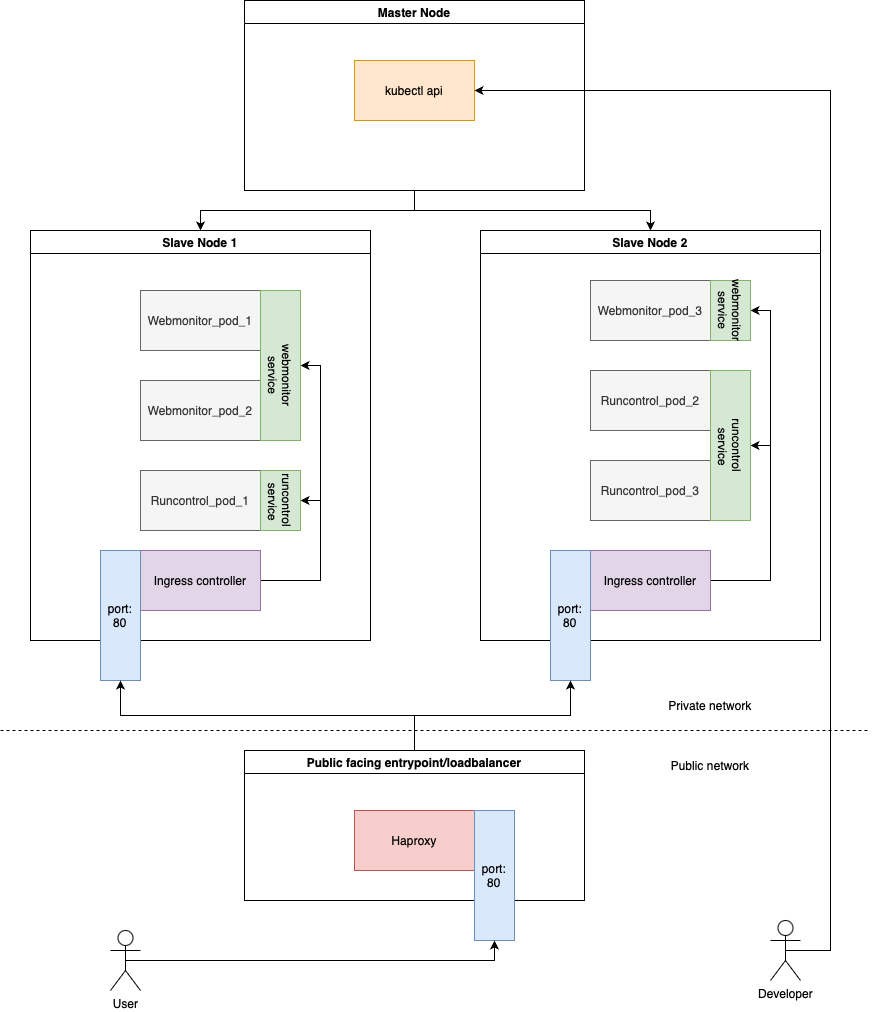
Earlier version of the draw.io export OpenStack/assets/cluster_diagram.png (danyk20/BRIL-K8-cluster). Source tidied: cells renumbered, new cells last; positions are measured from the earlier drawing's top-left corner, leaving out a move shared by most shapes.
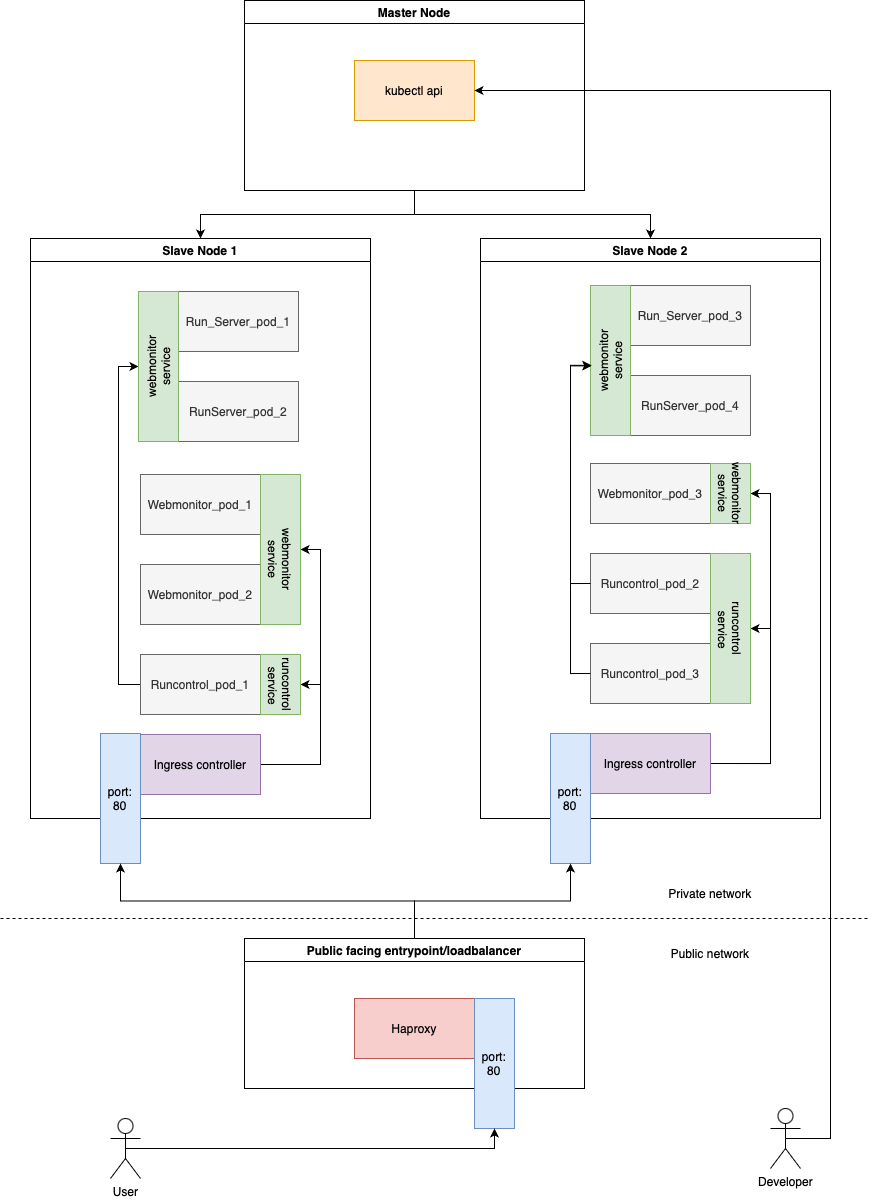
Later version of the same file.

Commit message:
Feature: Adding runcontrol-server to deployment, service and diagram

Change to the diagram source:
```diff
@@ -3,16 +3,19 @@
     <mxCell id="0" />
     <mxCell id="1" parent="0" />
     <mxCell id="2" value="Slave Node 1" style="swimlane;whiteSpace=wrap;html=1;" parent="1" vertex="1">
-      <mxGeometry x="30" y="230" width="340" height="410" as="geometry" />
+      <mxGeometry x="30" y="50" width="340" height="580" as="geometry" />
     </mxCell>
     <mxCell id="3" value="Webmonitor_pod_1" style="rounded=0;whiteSpace=wrap;html=1;fillColor=#f5f5f5;fontColor=#333333;strokeColor=#666666;" parent="2" vertex="1">
-      <mxGeometry x="110" y="60" width="120" height="60" as="geometry" />
+      <mxGeometry x="110" y="236" width="120" height="60" as="geometry" />
     </mxCell>
     <mxCell id="4" value="Webmonitor_pod_2" style="rounded=0;whiteSpace=wrap;html=1;fillColor=#f5f5f5;fontColor=#333333;strokeColor=#666666;" parent="2" vertex="1">
-      <mxGeometry x="110" y="150" width="120" height="60" as="geometry" />
+      <mxGeometry x="110" y="326" width="120" height="60" as="geometry" />
     </mxCell>
+    <mxCell id="43" style="edgeStyle=orthogonalEdgeStyle;rounded=0;jettySize=auto;html=1;exitX=0;exitY=0.5;exitDx=0;exitDy=0;entryX=0;entryY=0.5;entryDx=0;entryDy=0;" parent="2" edge="1" source="5" target="46">
+      <mxGeometry relative="1" as="geometry" />
+    </mxCell>
     <mxCell id="5" value="Runcontrol_pod_1" style="rounded=0;whiteSpace=wrap;html=1;fillColor=#f5f5f5;fontColor=#333333;strokeColor=#666666;" parent="2" vertex="1">
-      <mxGeometry x="110" y="240" width="120" height="60" as="geometry" />
+      <mxGeometry x="110" y="416" width="120" height="60" as="geometry" />
     </mxCell>
     <mxCell id="6" style="edgeStyle=orthogonalEdgeStyle;rounded=0;jettySize=auto;html=1;exitX=1;exitY=0.5;exitDx=0;exitDy=0;entryX=1;entryY=0.5;entryDx=0;entryDy=0;" parent="2" edge="1" source="8" target="12">
       <mxGeometry relative="1" as="geometry" />
@@ -21,49 +24,61 @@
       <mxGeometry relative="1" as="geometry" />
     </mxCell>
     <mxCell id="8" value="Ingress controller" style="rounded=0;whiteSpace=wrap;html=1;fillColor=#e1d5e7;strokeColor=#9673a6;" parent="2" vertex="1">
-      <mxGeometry x="110" y="320" width="120" height="60" as="geometry" />
+      <mxGeometry x="110" y="496" width="120" height="60" as="geometry" />
     </mxCell>
     <mxCell id="9" style="rounded=0;whiteSpace=wrap;html=1;fillColor=#d5e8d4;strokeColor=#82b366;" parent="2" vertex="1">
-      <mxGeometry x="230" y="60" width="40" height="150" as="geometry" />
+      <mxGeometry x="230" y="236" width="40" height="150" as="geometry" />
     </mxCell>
     <mxCell id="10" value="webmonitor service" style="text;html=1;align=center;verticalAlign=middle;whiteSpace=wrap;rounded=0;direction=east;rotation=90;" parent="2" vertex="1">
-      <mxGeometry x="220" y="130" width="60" height="30" as="geometry" />
+      <mxGeometry x="220" y="306" width="60" height="30" as="geometry" />
     </mxCell>
     <mxCell id="11" value="runcontrol &amp;nbsp;service" style="text;html=1;align=center;verticalAlign=middle;whiteSpace=wrap;rounded=0;direction=east;rotation=90;" parent="2" vertex="1">
-      <mxGeometry x="220" y="255" width="60" height="30" as="geometry" />
+      <mxGeometry x="220" y="431" width="60" height="30" as="geometry" />
     </mxCell>
     <mxCell id="12" style="rounded=0;whiteSpace=wrap;html=1;fillColor=#d5e8d4;strokeColor=#82b366;" parent="2" vertex="1">
-      <mxGeometry x="230" y="240" width="40" height="60" as="geometry" />
+      <mxGeometry x="230" y="416" width="40" height="60" as="geometry" />
     </mxCell>
     <mxCell id="13" value="runcontrol &amp;nbsp;service" style="text;html=1;align=center;verticalAlign=middle;whiteSpace=wrap;rounded=0;direction=east;rotation=90;" parent="2" vertex="1">
-      <mxGeometry x="220" y="255" width="60" height="30" as="geometry" />
+      <mxGeometry x="220" y="431" width="60" height="30" as="geometry" />
     </mxCell>
     <mxCell id="14" value="port:&lt;div&gt;80&lt;/div&gt;" style="rounded=0;whiteSpace=wrap;html=1;fillColor=#dae8fc;strokeColor=#6c8ebf;" parent="2" vertex="1">
-      <mxGeometry x="70" y="320" width="40" height="130" as="geometry" />
+      <mxGeometry x="70" y="495" width="40" height="130" as="geometry" />
     </mxCell>
+    <mxCell id="44" value="Run_Server_pod_1" style="rounded=0;whiteSpace=wrap;html=1;fillColor=#f5f5f5;fontColor=#333333;strokeColor=#666666;" parent="2" vertex="1">
+      <mxGeometry x="148" y="53" width="120" height="60" as="geometry" />
+    </mxCell>
+    <mxCell id="45" value="RunServer_pod_2" style="rounded=0;whiteSpace=wrap;html=1;fillColor=#f5f5f5;fontColor=#333333;strokeColor=#666666;" parent="2" vertex="1">
+      <mxGeometry x="148" y="143" width="120" height="60" as="geometry" />
+    </mxCell>
+    <mxCell id="46" style="rounded=0;whiteSpace=wrap;html=1;fillColor=#d5e8d4;strokeColor=#82b366;" parent="2" vertex="1">
+      <mxGeometry x="108" y="53" width="40" height="150" as="geometry" />
+    </mxCell>
+    <mxCell id="47" value="webmonitor service" style="text;html=1;align=center;verticalAlign=middle;whiteSpace=wrap;rounded=0;direction=east;rotation=270;" parent="2" vertex="1">
+      <mxGeometry x="98" y="113" width="60" height="30" as="geometry" />
+    </mxCell>
     <mxCell id="15" style="edgeStyle=orthogonalEdgeStyle;rounded=0;jettySize=auto;html=1;exitX=0.5;exitY=1;exitDx=0;exitDy=0;entryX=0.5;entryY=0;entryDx=0;entryDy=0;" parent="1" edge="1" source="17" target="2">
       <mxGeometry relative="1" as="geometry" />
     </mxCell>
-    <mxCell id="16" style="edgeStyle=orthogonalEdgeStyle;rounded=0;jettySize=auto;html=1;exitX=0.5;exitY=1;exitDx=0;exitDy=0;" parent="1" edge="1" source="17" target="19">
+    <mxCell id="16" style="edgeStyle=orthogonalEdgeStyle;rounded=0;jettySize=auto;html=1;exitX=0.5;exitY=1;exitDx=0;exitDy=0;entryX=0.5;entryY=0;entryDx=0;entryDy=0;" parent="1" edge="1" source="17" target="19">
       <mxGeometry relative="1" as="geometry" />
     </mxCell>
     <mxCell id="17" value="Master Node" style="swimlane;whiteSpace=wrap;html=1;" parent="1" vertex="1">
-      <mxGeometry x="244" width="340" height="190" as="geometry" />
+      <mxGeometry x="244" y="-188" width="340" height="190" as="geometry" />
     </mxCell>
     <mxCell id="18" value="kubectl api" style="rounded=0;whiteSpace=wrap;html=1;fillColor=#ffe6cc;strokeColor=#d79b00;" parent="17" vertex="1">
       <mxGeometry x="110" y="60" width="120" height="60" as="geometry" />
     </mxCell>
     <mxCell id="19" value="Slave Node 2" style="swimlane;whiteSpace=wrap;html=1;" parent="1" vertex="1">
-      <mxGeometry x="480" y="230" width="340" height="410" as="geometry" />
+      <mxGeometry x="480" y="50" width="340" height="580" as="geometry" />
     </mxCell>
     <mxCell id="20" value="Webmonitor_pod_3" style="rounded=0;whiteSpace=wrap;html=1;fillColor=#f5f5f5;fontColor=#333333;strokeColor=#666666;" parent="19" vertex="1">
-      <mxGeometry x="110" y="50" width="120" height="60" as="geometry" />
+      <mxGeometry x="110" y="225" width="120" height="60" as="geometry" />
     </mxCell>
     <mxCell id="21" value="Runcontrol_pod_2" style="rounded=0;whiteSpace=wrap;html=1;fillColor=#f5f5f5;fontColor=#333333;strokeColor=#666666;" parent="19" vertex="1">
-      <mxGeometry x="110" y="140" width="120" height="60" as="geometry" />
+      <mxGeometry x="110" y="315" width="120" height="60" as="geometry" />
     </mxCell>
     <mxCell id="22" value="Runcontrol_pod_3" style="rounded=0;whiteSpace=wrap;html=1;fillColor=#f5f5f5;fontColor=#333333;strokeColor=#666666;" parent="19" vertex="1">
-      <mxGeometry x="110" y="230" width="120" height="60" as="geometry" />
+      <mxGeometry x="110" y="405" width="120" height="60" as="geometry" />
     </mxCell>
     <mxCell id="23" style="edgeStyle=orthogonalEdgeStyle;rounded=0;jettySize=auto;html=1;exitX=1;exitY=0.5;exitDx=0;exitDy=0;entryX=1;entryY=0.5;entryDx=0;entryDy=0;" parent="19" edge="1" source="25" target="26">
       <mxGeometry relative="1" as="geometry" />
@@ -72,28 +87,46 @@
       <mxGeometry relative="1" as="geometry" />
     </mxCell>
     <mxCell id="25" value="Ingress controller" style="rounded=0;whiteSpace=wrap;html=1;fillColor=#e1d5e7;strokeColor=#9673a6;" parent="19" vertex="1">
-      <mxGeometry x="110" y="320" width="120" height="60" as="geometry" />
+      <mxGeometry x="110" y="495" width="120" height="60" as="geometry" />
     </mxCell>
     <mxCell id="26" style="rounded=0;whiteSpace=wrap;html=1;fillColor=#d5e8d4;strokeColor=#82b366;" parent="19" vertex="1">
-      <mxGeometry x="230" y="140" width="40" height="150" as="geometry" />
+      <mxGeometry x="230" y="315" width="40" height="150" as="geometry" />
     </mxCell>
     <mxCell id="27" style="rounded=0;whiteSpace=wrap;html=1;fillColor=#d5e8d4;strokeColor=#82b366;" parent="19" vertex="1">
-      <mxGeometry x="230" y="50" width="40" height="60" as="geometry" />
+      <mxGeometry x="230" y="225" width="40" height="60" as="geometry" />
     </mxCell>
     <mxCell id="28" value="webmonitor service" style="text;html=1;align=center;verticalAlign=middle;whiteSpace=wrap;rounded=0;direction=east;rotation=90;" parent="19" vertex="1">
-      <mxGeometry x="220" y="65" width="60" height="30" as="geometry" />
+      <mxGeometry x="220" y="240" width="60" height="30" as="geometry" />
     </mxCell>
     <mxCell id="29" value="runcontrol &amp;nbsp;service" style="text;html=1;align=center;verticalAlign=middle;whiteSpace=wrap;rounded=0;direction=east;rotation=90;" parent="19" vertex="1">
-      <mxGeometry x="220" y="200" width="60" height="30" as="geometry" />
+      <mxGeometry x="220" y="375" width="60" height="30" as="geometry" />
     </mxCell>
     <mxCell id="30" value="port:&lt;div&gt;80&lt;/div&gt;" style="rounded=0;whiteSpace=wrap;html=1;fillColor=#dae8fc;strokeColor=#6c8ebf;" parent="19" vertex="1">
-      <mxGeometry x="70" y="320" width="40" height="130" as="geometry" />
+      <mxGeometry x="70" y="495" width="40" height="130" as="geometry" />
     </mxCell>
+    <mxCell id="48" value="Run_Server_pod_3" style="rounded=0;whiteSpace=wrap;html=1;fillColor=#f5f5f5;fontColor=#333333;strokeColor=#666666;" parent="19" vertex="1">
+      <mxGeometry x="150" y="47" width="120" height="60" as="geometry" />
+    </mxCell>
+    <mxCell id="49" value="RunServer_pod_4" style="rounded=0;whiteSpace=wrap;html=1;fillColor=#f5f5f5;fontColor=#333333;strokeColor=#666666;" parent="19" vertex="1">
+      <mxGeometry x="150" y="137" width="120" height="60" as="geometry" />
+    </mxCell>
+    <mxCell id="50" style="rounded=0;whiteSpace=wrap;html=1;fillColor=#d5e8d4;strokeColor=#82b366;" parent="19" vertex="1">
+      <mxGeometry x="110" y="47" width="40" height="150" as="geometry" />
+    </mxCell>
+    <mxCell id="51" value="webmonitor service" style="text;html=1;align=center;verticalAlign=middle;whiteSpace=wrap;rounded=0;direction=east;rotation=270;" parent="19" vertex="1">
+      <mxGeometry x="100" y="107" width="60" height="30" as="geometry" />
+    </mxCell>
+    <mxCell id="52" style="edgeStyle=orthogonalEdgeStyle;rounded=0;jettySize=auto;html=1;exitX=0;exitY=0.5;exitDx=0;exitDy=0;entryX=0.025;entryY=0.536;entryDx=0;entryDy=0;entryPerimeter=0;" parent="19" edge="1" source="21" target="50">
+      <mxGeometry relative="1" as="geometry" />
+    </mxCell>
+    <mxCell id="53" style="edgeStyle=orthogonalEdgeStyle;rounded=0;jettySize=auto;html=1;exitX=0;exitY=0.5;exitDx=0;exitDy=0;entryX=0.025;entryY=0.532;entryDx=0;entryDy=0;entryPerimeter=0;" parent="19" edge="1" source="22" target="50">
+      <mxGeometry relative="1" as="geometry" />
+    </mxCell>
     <mxCell id="31" style="edgeStyle=orthogonalEdgeStyle;rounded=0;jettySize=auto;html=1;exitX=0.5;exitY=0.5;exitDx=0;exitDy=0;exitPerimeter=0;entryX=1;entryY=0.5;entryDx=0;entryDy=0;" parent="1" edge="1" source="32" target="18">
       <mxGeometry relative="1" as="geometry">
         <Array as="points">
           <mxPoint x="830" y="950" />
-          <mxPoint x="830" y="90" />
+          <mxPoint x="830" y="-98" />
         </Array>
       </mxGeometry>
     </mxCell>
```
